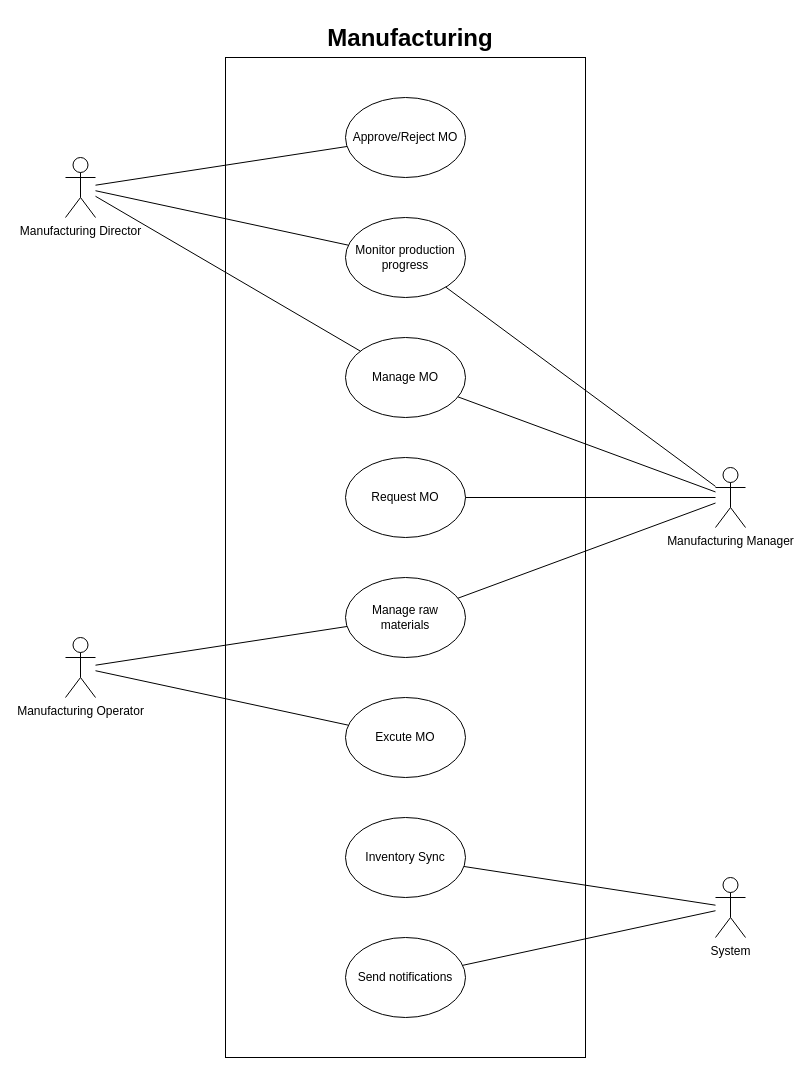
This is page "Manufacturing" (1 of 3) of inflow/use-case.drawio from dinhquanelv/ypp4-documents, a draw.io file, before an edit. Source tidied: cells renumbered, new cells numbered last; positions are measured from the earlier drawing's top-left corner, leaving out a move shared by most shapes. Both pictures are drawn from the tidied source at 100%, with x=0, y=0 at pixel (65, 17).
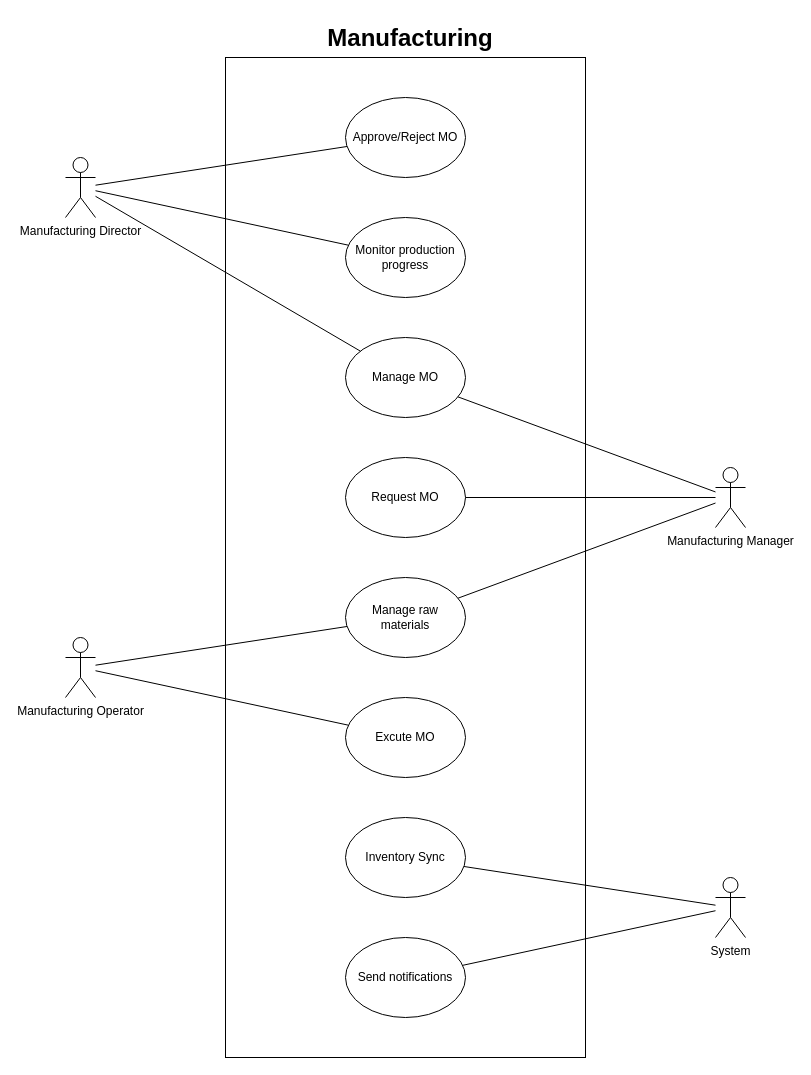
The same page after the edit.

Unchanged cells that the change refers to:
```xml
<mxCell id="4" value="Manufacturing Manager" style="shape=umlActor;verticalLabelPosition=bottom;verticalAlign=top;html=1;outlineConnect=0;" parent="1" vertex="1">
  <mxGeometry x="650" y="450" width="30" height="60" as="geometry" />
</mxCell>
<mxCell id="8" value="Monitor production progress" style="ellipse;whiteSpace=wrap;html=1;" parent="1" vertex="1">
  <mxGeometry x="280" y="200" width="120" height="80" as="geometry" />
</mxCell>
```

Diff of the diagram source:
```diff
@@
-    <mxCell id="18" style="endArrow=none;html=1;rounded=0;" parent="1" edge="1" source="8" target="4">
-      <mxGeometry relative="1" as="geometry" />
-    </mxCell>
```
